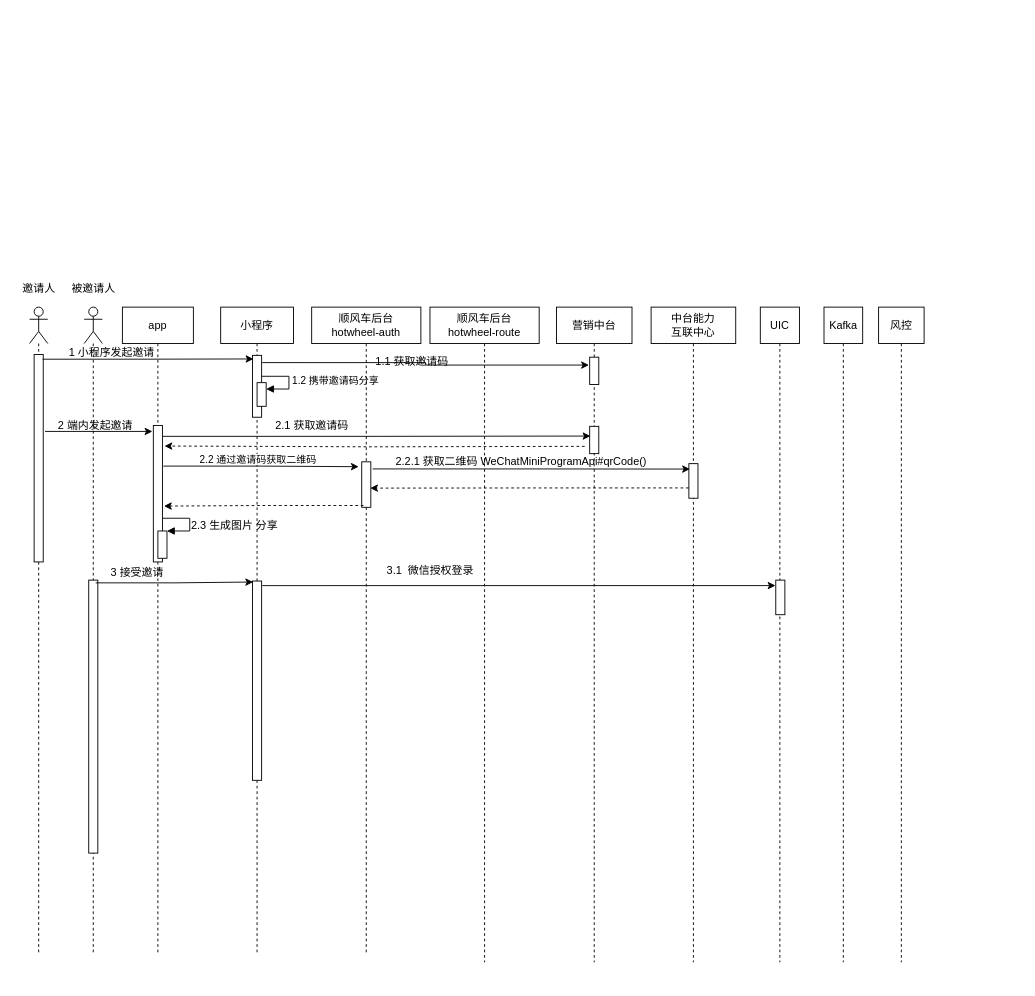
Before: page "乘客拉新活动邀请2.11" (15 of 16) of Untitled Diagram.drawio in liufuchen88/test2, a draw.io diagram. Source tidied: cells renumbered, new cells numbered last; positions are measured from the earlier drawing's top-left corner, leaving out a move shared by most shapes. Both pictures are drawn from the tidied source at 91%, with x=0, y=0 at pixel (15, 279).
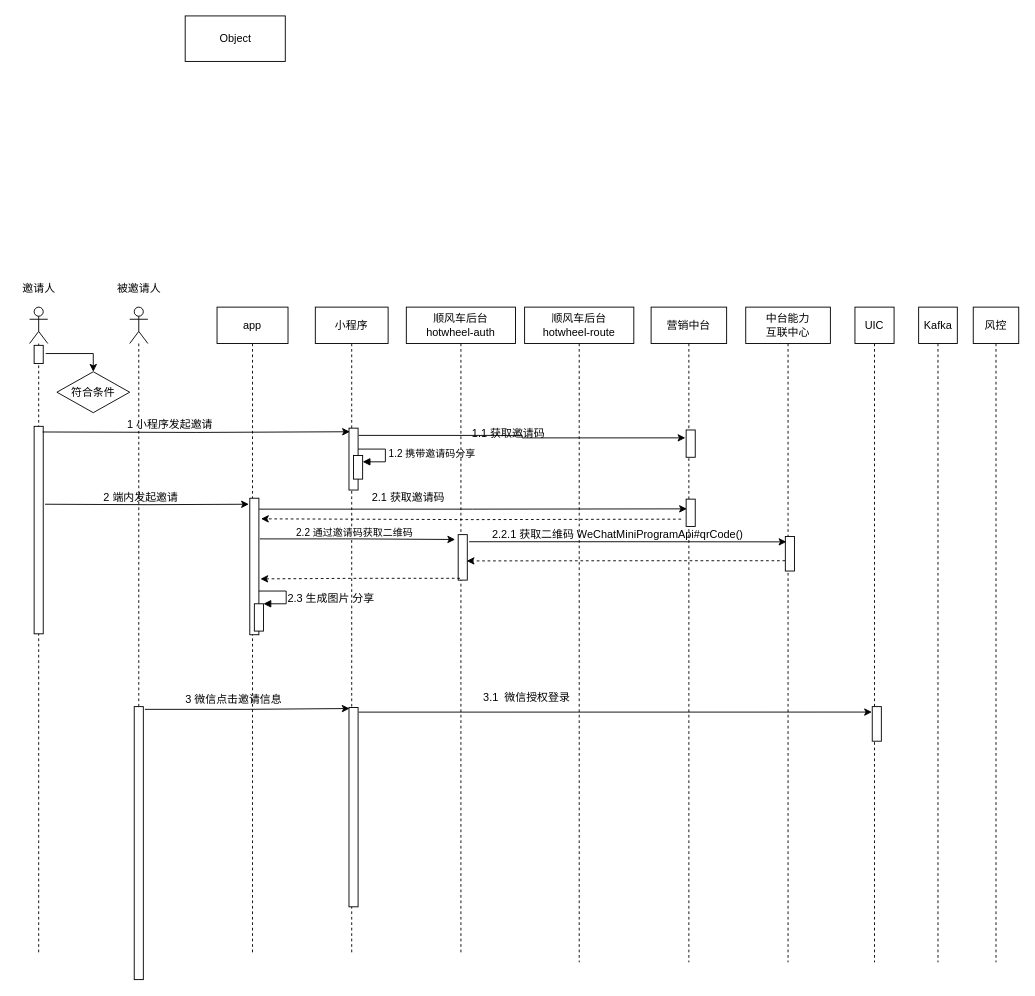
Above is the later version.

The change refers to these unchanged cells:
```xml
<mxCell id="2" style="shape=umlLifeline;participant=umlActor;perimeter=lifelinePerimeter;whiteSpace=wrap;html=1;verticalAlign=top;spacingTop=36;" parent="1" vertex="1">
  <mxGeometry x="15" y="30" width="20" height="710" as="geometry" />
</mxCell>
```

The edit, as a diff of the source:
```diff
@@
     <mxCell id="3" style="html=1;points=[];perimeter=orthogonalPerimeter;" parent="2" vertex="1">
-      <mxGeometry x="5" y="52" width="10" height="228" as="geometry" />
+      <mxGeometry x="5" y="131" width="10" height="228" as="geometry" />
     </mxCell>
+    <mxCell id="49" style="html=1;points=[];perimeter=orthogonalPerimeter;" parent="2" vertex="1">
+      <mxGeometry x="5" y="42" width="10" height="20" as="geometry" />
+    </mxCell>
@@
     <mxCell id="5" style="shape=umlLifeline;participant=umlActor;perimeter=lifelinePerimeter;whiteSpace=wrap;html=1;verticalAlign=top;spacingTop=36;" parent="1" vertex="1">
-      <mxGeometry x="75" y="30" width="20" height="710" as="geometry" />
+      <mxGeometry x="125" y="30" width="20" height="710" as="geometry" />
     </mxCell>
     <mxCell id="6" style="html=1;points=[];perimeter=orthogonalPerimeter;" parent="5" vertex="1">
-      <mxGeometry x="5" y="300" width="10" height="300" as="geometry" />
+      <mxGeometry x="5" y="439" width="10" height="300" as="geometry" />
     </mxCell>
     <mxCell id="7" value="被邀请人" style="text;html=1;align=center;verticalAlign=middle;strokeColor=none;fillColor=none;" parent="1" vertex="1">
-      <mxGeometry x="55" width="60" height="20" as="geometry" />
+      <mxGeometry x="105" width="60" height="20" as="geometry" />
     </mxCell>
     <mxCell id="8" value="app" style="shape=umlLifeline;perimeter=lifelinePerimeter;whiteSpace=wrap;html=1;" parent="1" vertex="1">
-      <mxGeometry x="117" y="30" width="78" height="710" as="geometry" />
+      <mxGeometry x="221" y="30" width="78" height="710" as="geometry" />
     </mxCell>
     <mxCell id="9" style="html=1;points=[];perimeter=orthogonalPerimeter;" parent="8" vertex="1">
-      <mxGeometry x="34" y="130" width="10" height="150" as="geometry" />
+      <mxGeometry x="36" y="210" width="10" height="150" as="geometry" />
     </mxCell>
     <mxCell id="10" style="html=1;points=[];perimeter=orthogonalPerimeter;" parent="8" vertex="1">
-      <mxGeometry x="39" y="246" width="10" height="30" as="geometry" />
+      <mxGeometry x="41" y="326" width="10" height="30" as="geometry" />
     </mxCell>
     <mxCell id="11" style="edgeStyle=orthogonalEdgeStyle;html=1;align=left;spacingLeft=2;endArrow=block;rounded=0;entryX=1;entryY=0;" parent="8" edge="1" target="10">
       <mxGeometry relative="1" as="geometry">
-        <mxPoint x="44" y="232" as="sourcePoint" />
+        <mxPoint x="46" y="312" as="sourcePoint" />
         <Array as="points">
-          <mxPoint x="74" y="232" />
+          <mxPoint x="76" y="312" />
         </Array>
       </mxGeometry>
     </mxCell>
     <mxCell id="12" value="小程序" style="shape=umlLifeline;perimeter=lifelinePerimeter;whiteSpace=wrap;html=1;" parent="1" vertex="1">
-      <mxGeometry x="225" y="30" width="80" height="710" as="geometry" />
+      <mxGeometry x="329" y="30" width="80" height="710" as="geometry" />
     </mxCell>
     <mxCell id="13" style="html=1;points=[];perimeter=orthogonalPerimeter;" parent="12" vertex="1">
-      <mxGeometry x="35" y="53" width="10" height="68" as="geometry" />
+      <mxGeometry x="37" y="133" width="10" height="68" as="geometry" />
     </mxCell>
     <mxCell id="14" style="html=1;perimeter=orthogonalPerimeter;" parent="12" vertex="1">
-      <mxGeometry x="40" y="83" width="10" height="26" as="geometry" />
+      <mxGeometry x="42" y="163" width="10" height="26" as="geometry" />
     </mxCell>
     <mxCell id="15" value="1.2 携带邀请码分享" style="edgeStyle=orthogonalEdgeStyle;html=1;align=left;spacingLeft=2;endArrow=block;rounded=0;entryX=1;entryY=0;" parent="12" edge="1">
       <mxGeometry relative="1" as="geometry">
-        <mxPoint x="45" y="76" as="sourcePoint" />
-        <mxPoint x="50" y="90" as="targetPoint" />
+        <mxPoint x="47" y="156" as="sourcePoint" />
+        <mxPoint x="52" y="170" as="targetPoint" />
         <Array as="points">
-          <mxPoint x="75" y="76" />
+          <mxPoint x="77" y="156" />
         </Array>
       </mxGeometry>
     </mxCell>
     <mxCell id="16" value="2.3 生成图片 分享" style="text;html=1;align=center;verticalAlign=middle;strokeColor=none;fillColor=none;" parent="12" vertex="1">
-      <mxGeometry x="-40" y="230" width="110" height="20" as="geometry" />
+      <mxGeometry x="-38" y="310" width="110" height="20" as="geometry" />
     </mxCell>
     <mxCell id="17" style="html=1;points=[];perimeter=orthogonalPerimeter;" parent="12" vertex="1">
-      <mxGeometry x="35" y="301" width="10" height="219" as="geometry" />
+      <mxGeometry x="37" y="440" width="10" height="219" as="geometry" />
     </mxCell>
     <mxCell id="18" value="顺风车后台&lt;br&gt;hotwheel-auth" style="shape=umlLifeline;perimeter=lifelinePerimeter;whiteSpace=wrap;html=1;" parent="1" vertex="1">
-      <mxGeometry x="325" y="30" width="120" height="710" as="geometry" />
+      <mxGeometry x="429" y="30" width="120" height="710" as="geometry" />
     </mxCell>
     <mxCell id="19" style="html=1;points=[];perimeter=orthogonalPerimeter;" parent="18" vertex="1">
-      <mxGeometry x="55" y="170" width="10" height="50" as="geometry" />
+      <mxGeometry x="57" y="250" width="10" height="50" as="geometry" />
     </mxCell>
     <mxCell id="20" value="顺风车后台&lt;br&gt;hotwheel-route" style="shape=umlLifeline;perimeter=lifelinePerimeter;whiteSpace=wrap;html=1;" parent="1" vertex="1">
-      <mxGeometry x="455" y="30" width="120" height="720" as="geometry" />
+      <mxGeometry x="559" y="30" width="120" height="720" as="geometry" />
     </mxCell>
     <mxCell id="21" value="营销中台" style="shape=umlLifeline;perimeter=lifelinePerimeter;whiteSpace=wrap;html=1;" parent="1" vertex="1">
-      <mxGeometry x="594" y="30" width="83" height="720" as="geometry" />
+      <mxGeometry x="698" y="30" width="83" height="720" as="geometry" />
     </mxCell>
     <mxCell id="22" style="html=1;points=[];perimeter=orthogonalPerimeter;" parent="21" vertex="1">
-      <mxGeometry x="36.5" y="55" width="10" height="30" as="geometry" />
+      <mxGeometry x="38.5" y="135" width="10" height="30" as="geometry" />
     </mxCell>
     <mxCell id="23" style="html=1;points=[];perimeter=orthogonalPerimeter;" parent="21" vertex="1">
-      <mxGeometry x="36.5" y="131" width="10" height="30" as="geometry" />
+      <mxGeometry x="38.5" y="211" width="10" height="30" as="geometry" />
     </mxCell>
     <mxCell id="24" value="中台能力&lt;br&gt;互联中心" style="shape=umlLifeline;perimeter=lifelinePerimeter;whiteSpace=wrap;html=1;" parent="1" vertex="1">
-      <mxGeometry x="698" y="30" width="93" height="720" as="geometry" />
+      <mxGeometry x="802" y="30" width="93" height="720" as="geometry" />
     </mxCell>
     <mxCell id="25" style="html=1;points=[];perimeter=orthogonalPerimeter;" parent="24" vertex="1">
-      <mxGeometry x="41.5" y="172" width="10" height="38" as="geometry" />
+      <mxGeometry x="43.5" y="252" width="10" height="38" as="geometry" />
     </mxCell>
     <mxCell id="26" value="UIC" style="shape=umlLifeline;perimeter=lifelinePerimeter;whiteSpace=wrap;html=1;" parent="1" vertex="1">
-      <mxGeometry x="818" y="30" width="43" height="720" as="geometry" />
+      <mxGeometry x="922" y="30" width="43" height="720" as="geometry" />
     </mxCell>
     <mxCell id="27" style="html=1;points=[];perimeter=orthogonalPerimeter;" parent="26" vertex="1">
-      <mxGeometry x="17" y="300" width="10" height="38" as="geometry" />
+      <mxGeometry x="19" y="439" width="10" height="38" as="geometry" />
     </mxCell>
     <mxCell id="28" value="Kafka" style="shape=umlLifeline;perimeter=lifelinePerimeter;whiteSpace=wrap;html=1;" parent="1" vertex="1">
-      <mxGeometry x="888" y="30" width="42.5" height="720" as="geometry" />
+      <mxGeometry x="992" y="30" width="42.5" height="720" as="geometry" />
     </mxCell>
     <mxCell id="29" value="风控" style="shape=umlLifeline;perimeter=lifelinePerimeter;whiteSpace=wrap;html=1;" parent="1" vertex="1">
-      <mxGeometry x="948" y="30" width="50" height="720" as="geometry" />
+      <mxGeometry x="1052" y="30" width="50" height="720" as="geometry" />
     </mxCell>
-    <mxCell id="30" style="edgeStyle=orthogonalEdgeStyle;rounded=0;jettySize=auto;html=1;entryX=0.1;entryY=0.058;entryDx=0;entryDy=0;entryPerimeter=0;exitX=0.933;exitY=0.023;exitDx=0;exitDy=0;exitPerimeter=0;" parent="1" edge="1" source="3" target="13">
-      <mxGeometry relative="1" as="geometry" />
+    <mxCell id="30" style="edgeStyle=orthogonalEdgeStyle;rounded=0;jettySize=auto;html=1;entryX=0.1;entryY=0.058;entryDx=0;entryDy=0;entryPerimeter=0;exitX=0.933;exitY=0.023;exitDx=0;exitDy=0;exitPerimeter=0;" parent="1" edge="1" target="13">
+      <mxGeometry relative="1" as="geometry">
+        <mxPoint x="29.3" y="167.2" as="sourcePoint" />
+      </mxGeometry>
     </mxCell>
@@
     <mxCell id="32" value="1 小程序发起邀请" style="text;html=1;align=center;verticalAlign=middle;strokeColor=none;fillColor=none;" parent="1" vertex="1">
-      <mxGeometry x="50" y="70" width="110" height="20" as="geometry" />
+      <mxGeometry x="114" y="149" width="110" height="20" as="geometry" />
     </mxCell>
     <mxCell id="33" value="1.1 获取邀请码" style="text;html=1;align=center;verticalAlign=middle;strokeColor=none;fillColor=none;" parent="1" vertex="1">
-      <mxGeometry x="385" y="80" width="100" height="20" as="geometry" />
+      <mxGeometry x="491" y="159" width="100" height="20" as="geometry" />
     </mxCell>
-    <mxCell id="34" style="edgeStyle=orthogonalEdgeStyle;rounded=0;jettySize=auto;html=1;entryX=-0.1;entryY=0.044;entryDx=0;entryDy=0;entryPerimeter=0;exitX=1.2;exitY=0.371;exitDx=0;exitDy=0;exitPerimeter=0;" parent="1" edge="1" source="3" target="9">
-      <mxGeometry relative="1" as="geometry" />
+    <mxCell id="34" style="edgeStyle=orthogonalEdgeStyle;rounded=0;jettySize=auto;html=1;entryX=-0.1;entryY=0.044;entryDx=0;entryDy=0;entryPerimeter=0;exitX=1.2;exitY=0.371;exitDx=0;exitDy=0;exitPerimeter=0;" parent="1" edge="1" target="9">
+      <mxGeometry relative="1" as="geometry">
+        <mxPoint x="32" y="246.6" as="sourcePoint" />
+      </mxGeometry>
     </mxCell>
     <mxCell id="35" value="2 端内发起邀请" style="text;html=1;align=center;verticalAlign=middle;strokeColor=none;fillColor=none;" parent="1" vertex="1">
-      <mxGeometry x="37" y="150" width="100" height="20" as="geometry" />
+      <mxGeometry x="87" y="230" width="100" height="20" as="geometry" />
     </mxCell>
@@
     <mxCell id="37" value="2.1 获取邀请码" style="text;html=1;align=center;verticalAlign=middle;strokeColor=none;fillColor=none;" parent="1" vertex="1">
-      <mxGeometry x="275" y="150" width="100" height="20" as="geometry" />
+      <mxGeometry x="381" y="230" width="100" height="20" as="geometry" />
     </mxCell>
     <mxCell id="38" style="edgeStyle=orthogonalEdgeStyle;rounded=0;jettySize=auto;html=1;entryX=1.233;entryY=0.151;entryDx=0;entryDy=0;entryPerimeter=0;dashed=1;" parent="1" edge="1" target="9">
       <mxGeometry relative="1" as="geometry">
-        <mxPoint x="625" y="183" as="sourcePoint" />
+        <mxPoint x="731" y="263" as="sourcePoint" />
       </mxGeometry>
     </mxCell>
@@
     <mxCell id="40" value="&lt;span style=&quot;font-size: 11px ; background-color: rgb(255 , 255 , 255)&quot;&gt;2.2 通过邀请码获取二维码&lt;/span&gt;" style="text;html=1;align=center;verticalAlign=middle;strokeColor=none;fillColor=none;" parent="1" vertex="1">
-      <mxGeometry x="186" y="188" width="160" height="20" as="geometry" />
+      <mxGeometry x="292" y="268" width="160" height="20" as="geometry" />
     </mxCell>
@@
     <mxCell id="43" value="2.2.1 获取二维码 WeChatMiniProgramApi#qrCode()" style="text;html=1;align=center;verticalAlign=middle;strokeColor=none;fillColor=none;" parent="1" vertex="1">
-      <mxGeometry x="410" y="190" width="290" height="20" as="geometry" />
+      <mxGeometry x="516" y="270" width="290" height="20" as="geometry" />
     </mxCell>
@@
-    <mxCell id="45" style="edgeStyle=orthogonalEdgeStyle;rounded=0;jettySize=auto;html=1;entryX=0.067;entryY=0.005;entryDx=0;entryDy=0;entryPerimeter=0;exitX=0.767;exitY=0.01;exitDx=0;exitDy=0;exitPerimeter=0;" parent="1" edge="1" source="6" target="17">
+    <mxCell id="45" style="edgeStyle=orthogonalEdgeStyle;rounded=0;jettySize=auto;html=1;entryX=0.067;entryY=0.005;entryDx=0;entryDy=0;entryPerimeter=0;exitX=1.167;exitY=0.01;exitDx=0;exitDy=0;exitPerimeter=0;" parent="1" edge="1" source="6" target="17">
       <mxGeometry relative="1" as="geometry" />
     </mxCell>
@@
-    <mxCell id="47" value="3 接受邀请" style="text;html=1;align=center;verticalAlign=middle;strokeColor=none;fillColor=none;" parent="1" vertex="1">
-      <mxGeometry x="98" y="312" width="70" height="20" as="geometry" />
+    <mxCell id="47" value="3 微信点击邀请信息" style="text;html=1;align=center;verticalAlign=middle;strokeColor=none;fillColor=none;" parent="1" vertex="1">
+      <mxGeometry x="179" y="451" width="120" height="20" as="geometry" />
     </mxCell>
     <mxCell id="48" value="3.1&amp;nbsp; 微信授权登录" style="text;html=1;align=center;verticalAlign=middle;strokeColor=none;fillColor=none;" parent="1" vertex="1">
-      <mxGeometry x="400" y="310" width="110" height="20" as="geometry" />
+      <mxGeometry x="506" y="449" width="110" height="20" as="geometry" />
     </mxCell>
+    <mxCell id="50" value="Object" style="html=1;" parent="1" vertex="1">
+      <mxGeometry x="186" y="-290" width="110" height="50" as="geometry" />
+    </mxCell>
+    <mxCell id="51" value="符合条件" style="rhombus;whiteSpace=wrap;html=1;" parent="1" vertex="1">
+      <mxGeometry x="45" y="101" width="80" height="45" as="geometry" />
+    </mxCell>
+    <mxCell id="52" style="edgeStyle=orthogonalEdgeStyle;rounded=0;jettySize=auto;html=1;entryX=0.5;entryY=0;entryDx=0;entryDy=0;exitX=1.267;exitY=0.45;exitDx=0;exitDy=0;exitPerimeter=0;" parent="1" edge="1" source="49" target="51">
+      <mxGeometry relative="1" as="geometry" />
+    </mxCell>
```
